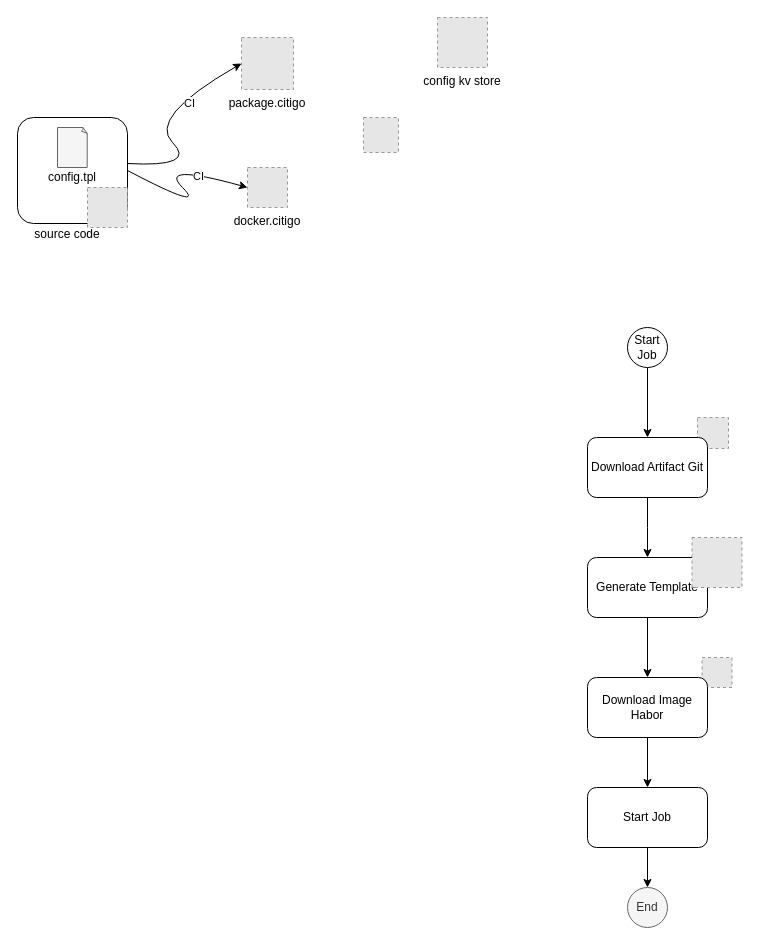
khinhvuphiduong/diagrams.net keeps this draw.io diagram as page "Config" (6 of 8) of KOL.drawio. Above is the earlier version. Source tidied: cells renumbered, new cells numbered last; positions are measured from the earlier drawing's top-left corner, leaving out a move shared by most shapes. Both pictures are drawn from the tidied source at 100%, with x=0, y=0 at pixel (17, 17). Pictures stored in the file or linked from it are replaced by grey dashed boxes.
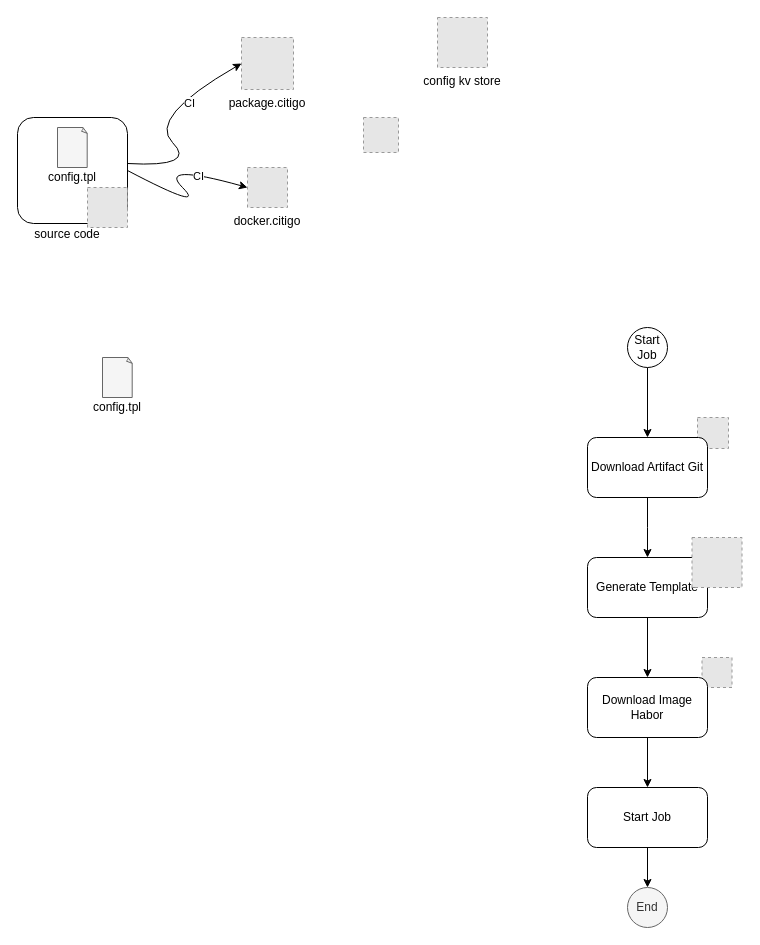
The same diagram, later.

Diff of the diagram source:
```diff
@@
+    <mxCell id="30" style="group;" parent="1" vertex="1">
+      <mxGeometry x="70" y="340" width="60" height="60" as="geometry" />
+    </mxCell>
+    <mxCell id="31" style="whiteSpace=wrap;html=1;shape=mxgraph.basic.document;fillColor=#f5f5f5;fontColor=#333333;strokeColor=#666666;" parent="30" vertex="1">
+      <mxGeometry x="15" width="30" height="40" as="geometry" />
+    </mxCell>
+    <mxCell id="32" value="config.tpl" style="text;html=1;strokeColor=none;fillColor=none;align=center;verticalAlign=middle;whiteSpace=wrap;rounded=0;" parent="30" vertex="1">
+      <mxGeometry y="40" width="60" height="20" as="geometry" />
+    </mxCell>
```
